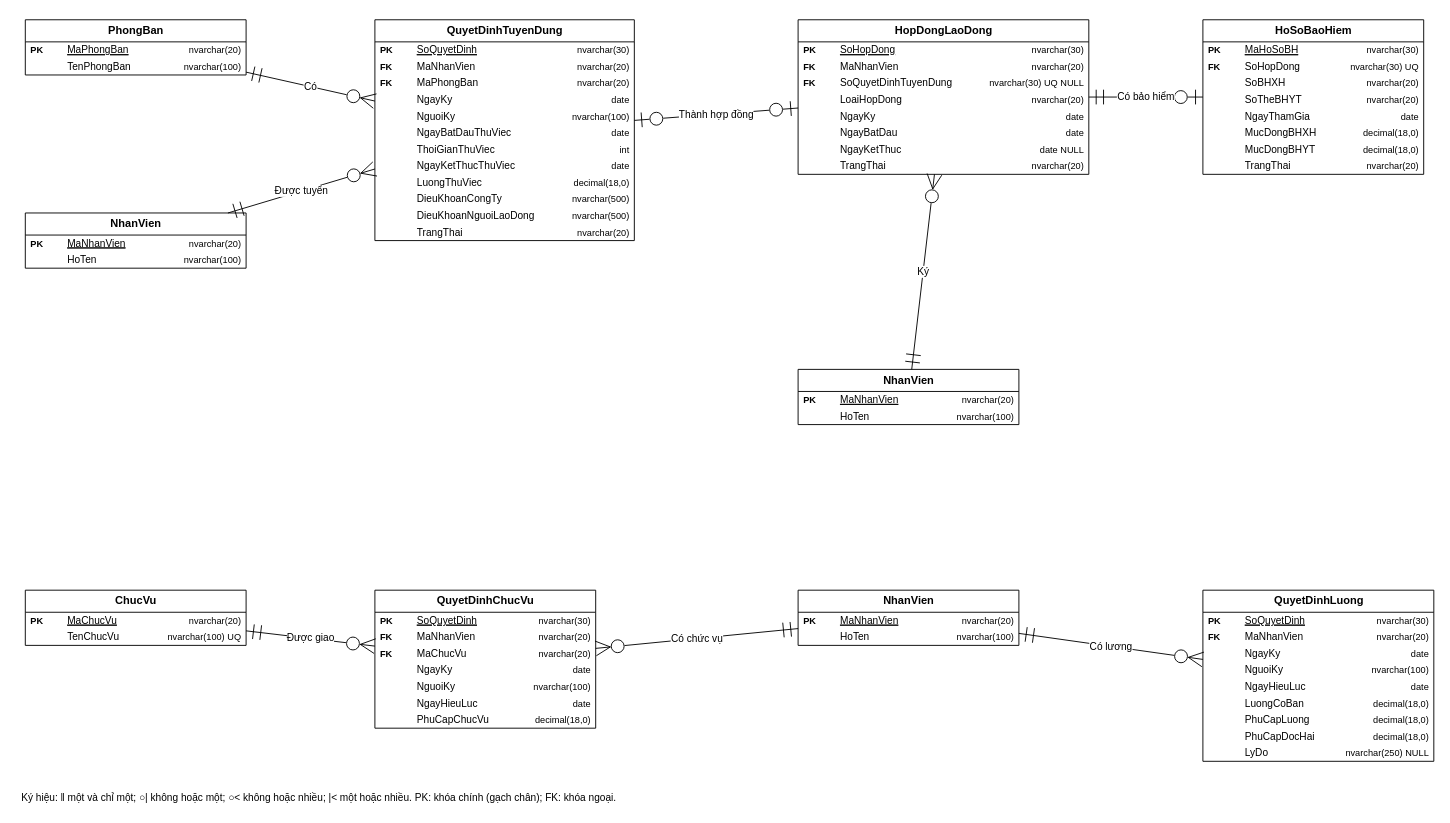
The draw.io diagram IMAGES/LAB7/20_Hinh_20_ERD_phan_1_nhan_su_tuyen_dung_hop_dong_bao_hiem_quyet_dinh_luong_chuc_vu.drawio in quynh26072005/LAB_OOSD, before the edit. Source tidied: cells renumbered, new cells numbered last; positions are measured from the earlier drawing's top-left corner, leaving out a move shared by most shapes. Both pictures are drawn from the tidied source at 92%, with x=0, y=0 at pixel (16, 19).
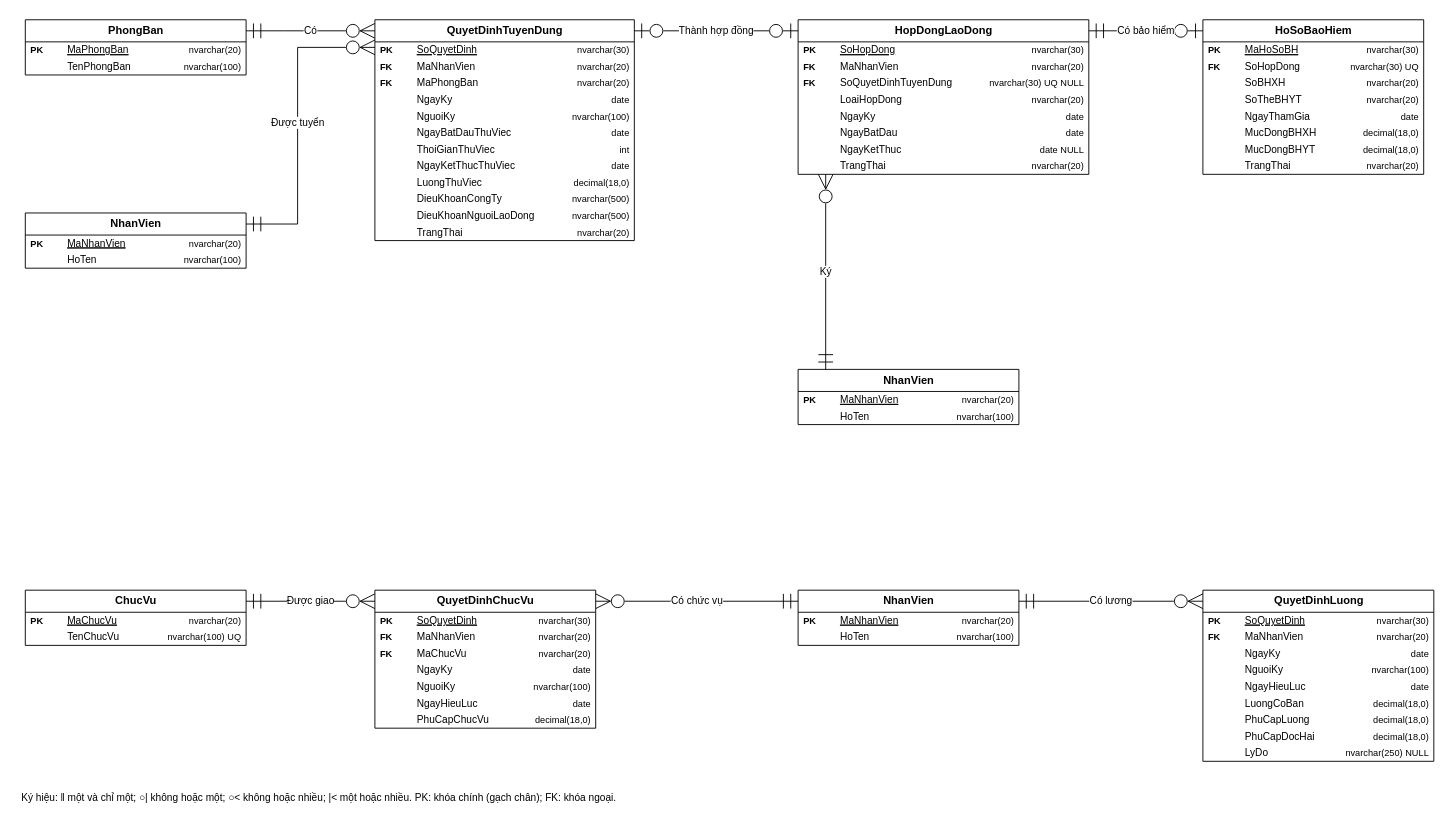
The same diagram, later.

Unchanged cells that the change refers to:
```xml
<mxCell id="2" value="&lt;b&gt;PhongBan&lt;/b&gt;" style="swimlane;fontStyle=1;horizontal=1;startSize=24;html=1;strokeColor=#000000;fillColor=#FFFFFF;fontColor=#000000;fontSize=12;" parent="1" vertex="1">
  <mxGeometry x="10" width="240" height="60" as="geometry" />
</mxCell>
<mxCell id="9" value="&lt;b&gt;NhanVien&lt;/b&gt;" style="swimlane;fontStyle=1;horizontal=1;startSize=24;html=1;strokeColor=#000000;fillColor=#FFFFFF;fontColor=#000000;fontSize=12;" parent="1" vertex="1">
  <mxGeometry x="10" y="210" width="240" height="60" as="geometry" />
</mxCell>
<mxCell id="16" value="&lt;b&gt;QuyetDinhTuyenDung&lt;/b&gt;" style="swimlane;fontStyle=1;horizontal=1;startSize=24;html=1;strokeColor=#000000;fillColor=#FFFFFF;fontColor=#000000;fontSize=12;" parent="1" vertex="1">
  <mxGeometry x="390" width="282" height="240" as="geometry" />
</mxCell>
<mxCell id="53" value="&lt;b&gt;HopDongLaoDong&lt;/b&gt;" style="swimlane;fontStyle=1;horizontal=1;startSize=24;html=1;strokeColor=#000000;fillColor=#FFFFFF;fontColor=#000000;fontSize=12;" parent="1" vertex="1">
  <mxGeometry x="850" width="316" height="168" as="geometry" />
</mxCell>
<mxCell id="78" value="&lt;b&gt;HoSoBaoHiem&lt;/b&gt;" style="swimlane;fontStyle=1;horizontal=1;startSize=24;html=1;strokeColor=#000000;fillColor=#FFFFFF;fontColor=#000000;fontSize=12;" parent="1" vertex="1">
  <mxGeometry x="1290" width="240" height="168" as="geometry" />
</mxCell>
<mxCell id="103" value="&lt;b&gt;NhanVien&lt;/b&gt;" style="swimlane;fontStyle=1;horizontal=1;startSize=24;html=1;strokeColor=#000000;fillColor=#FFFFFF;fontColor=#000000;fontSize=12;" parent="1" vertex="1">
  <mxGeometry x="850" y="380" width="240" height="60" as="geometry" />
</mxCell>
<mxCell id="110" value="&lt;b&gt;ChucVu&lt;/b&gt;" style="swimlane;fontStyle=1;horizontal=1;startSize=24;html=1;strokeColor=#000000;fillColor=#FFFFFF;fontColor=#000000;fontSize=12;" parent="1" vertex="1">
  <mxGeometry x="10" y="620" width="240" height="60" as="geometry" />
</mxCell>
<mxCell id="117" value="&lt;b&gt;QuyetDinhChucVu&lt;/b&gt;" style="swimlane;fontStyle=1;horizontal=1;startSize=24;html=1;strokeColor=#000000;fillColor=#FFFFFF;fontColor=#000000;fontSize=12;" parent="1" vertex="1">
  <mxGeometry x="390" y="620" width="240" height="150" as="geometry" />
</mxCell>
<mxCell id="139" value="&lt;b&gt;NhanVien&lt;/b&gt;" style="swimlane;fontStyle=1;horizontal=1;startSize=24;html=1;strokeColor=#000000;fillColor=#FFFFFF;fontColor=#000000;fontSize=12;" parent="1" vertex="1">
  <mxGeometry x="850" y="620" width="240" height="60" as="geometry" />
</mxCell>
<mxCell id="146" value="&lt;b&gt;QuyetDinhLuong&lt;/b&gt;" style="swimlane;fontStyle=1;horizontal=1;startSize=24;html=1;strokeColor=#000000;fillColor=#FFFFFF;fontColor=#000000;fontSize=12;" parent="1" vertex="1">
  <mxGeometry x="1290" y="620" width="251" height="186" as="geometry" />
</mxCell>
```

The edit, as a diff of the source:
```diff
@@
-    <mxCell id="174" value="Có" style="html=1;rounded=0;strokeColor=#000000;fontColor=#000000;fontSize=11;endArrow=ERzeroToMany;endFill=0;endSize=14;startArrow=ERmandOne;startFill=0;startSize=14;labelBackgroundColor=#FFFFFF;" parent="1" edge="1" source="2" target="16">
-      <mxGeometry relative="1" as="geometry" />
+    <mxCell id="174" value="Có" style="html=1;rounded=0;strokeColor=#000000;fontColor=#000000;fontSize=11;endArrow=ERzeroToMany;endFill=0;endSize=14;startArrow=ERmandOne;startFill=0;startSize=14;labelBackgroundColor=#FFFFFF;exitX=1.0000;exitY=0.2000;exitDx=0;exitDy=0;entryX=0.0000;entryY=0.0500;entryDx=0;entryDy=0;" parent="1" edge="1" source="2" target="16">
+      <mxGeometry relative="1" as="geometry">
+        <Array as="points">
+          <mxPoint x="292" y="12" />
+          <mxPoint x="292" y="12" />
+        </Array>
+      </mxGeometry>
     </mxCell>
-    <mxCell id="175" value="Được tuyển" style="html=1;rounded=0;strokeColor=#000000;fontColor=#000000;fontSize=11;endArrow=ERzeroToMany;endFill=0;endSize=14;startArrow=ERmandOne;startFill=0;startSize=14;labelBackgroundColor=#FFFFFF;" parent="1" edge="1" source="9" target="16">
-      <mxGeometry relative="1" as="geometry" />
+    <mxCell id="175" value="Được tuyển" style="html=1;rounded=0;strokeColor=#000000;fontColor=#000000;fontSize=11;endArrow=ERzeroToMany;endFill=0;endSize=14;startArrow=ERmandOne;startFill=0;startSize=14;labelBackgroundColor=#FFFFFF;exitX=1.0000;exitY=0.2000;exitDx=0;exitDy=0;entryX=0.0000;entryY=0.1250;entryDx=0;entryDy=0;" parent="1" edge="1" source="9" target="16">
+      <mxGeometry relative="1" as="geometry">
+        <Array as="points">
+          <mxPoint x="306" y="222" />
+          <mxPoint x="306" y="30" />
+        </Array>
+      </mxGeometry>
     </mxCell>
-    <mxCell id="176" value="Thành hợp đồng" style="html=1;rounded=0;strokeColor=#000000;fontColor=#000000;fontSize=11;endArrow=ERzeroToOne;endFill=0;endSize=14;startArrow=ERzeroToOne;startFill=0;startSize=14;labelBackgroundColor=#FFFFFF;" parent="1" edge="1" source="16" target="53">
-      <mxGeometry relative="1" as="geometry" />
+    <mxCell id="176" value="Thành hợp đồng" style="html=1;rounded=0;strokeColor=#000000;fontColor=#000000;fontSize=11;endArrow=ERzeroToOne;endFill=0;endSize=14;startArrow=ERzeroToOne;startFill=0;startSize=14;labelBackgroundColor=#FFFFFF;exitX=1.0000;exitY=0.0500;exitDx=0;exitDy=0;entryX=0.0000;entryY=0.0714;entryDx=0;entryDy=0;" parent="1" edge="1" source="16" target="53">
+      <mxGeometry relative="1" as="geometry">
+        <Array as="points">
+          <mxPoint x="733" y="12" />
+          <mxPoint x="733" y="12" />
+        </Array>
+      </mxGeometry>
     </mxCell>
-    <mxCell id="177" value="Ký" style="html=1;rounded=0;strokeColor=#000000;fontColor=#000000;fontSize=11;endArrow=ERzeroToMany;endFill=0;endSize=14;startArrow=ERmandOne;startFill=0;startSize=14;labelBackgroundColor=#FFFFFF;" parent="1" edge="1" source="103" target="53">
+    <mxCell id="177" value="Ký" style="html=1;rounded=0;strokeColor=#000000;fontColor=#000000;fontSize=11;endArrow=ERzeroToMany;endFill=0;endSize=14;startArrow=ERmandOne;startFill=0;startSize=14;labelBackgroundColor=#FFFFFF;exitX=0.1250;exitY=0.0000;exitDx=0;exitDy=0;entryX=0.0949;entryY=1.0000;entryDx=0;entryDy=0;" parent="1" edge="1" source="103" target="53">
       <mxGeometry relative="1" as="geometry" />
     </mxCell>
-    <mxCell id="178" value="Có bảo hiểm" style="html=1;rounded=0;strokeColor=#000000;fontColor=#000000;fontSize=11;endArrow=ERzeroToOne;endFill=0;endSize=14;startArrow=ERmandOne;startFill=0;startSize=14;labelBackgroundColor=#FFFFFF;" parent="1" edge="1" source="53" target="78">
-      <mxGeometry relative="1" as="geometry" />
+    <mxCell id="178" value="Có bảo hiểm" style="html=1;rounded=0;strokeColor=#000000;fontColor=#000000;fontSize=11;endArrow=ERzeroToOne;endFill=0;endSize=14;startArrow=ERmandOne;startFill=0;startSize=14;labelBackgroundColor=#FFFFFF;exitX=1.0000;exitY=0.0714;exitDx=0;exitDy=0;entryX=0.0000;entryY=0.0714;entryDx=0;entryDy=0;" parent="1" edge="1" source="53" target="78">
+      <mxGeometry relative="1" as="geometry">
+        <Array as="points">
+          <mxPoint x="1200" y="12" />
+          <mxPoint x="1200" y="12" />
+        </Array>
+      </mxGeometry>
     </mxCell>
-    <mxCell id="179" value="Được giao" style="html=1;rounded=0;strokeColor=#000000;fontColor=#000000;fontSize=11;endArrow=ERzeroToMany;endFill=0;endSize=14;startArrow=ERmandOne;startFill=0;startSize=14;labelBackgroundColor=#FFFFFF;" parent="1" edge="1" source="110" target="117">
-      <mxGeometry relative="1" as="geometry" />
+    <mxCell id="179" value="Được giao" style="html=1;rounded=0;strokeColor=#000000;fontColor=#000000;fontSize=11;endArrow=ERzeroToMany;endFill=0;endSize=14;startArrow=ERmandOne;startFill=0;startSize=14;labelBackgroundColor=#FFFFFF;exitX=1.0000;exitY=0.2000;exitDx=0;exitDy=0;entryX=0.0000;entryY=0.0800;entryDx=0;entryDy=0;" parent="1" edge="1" source="110" target="117">
+      <mxGeometry relative="1" as="geometry">
+        <Array as="points">
+          <mxPoint x="320" y="632" />
+          <mxPoint x="320" y="632" />
+        </Array>
+      </mxGeometry>
     </mxCell>
-    <mxCell id="180" value="Có chức vụ" style="html=1;rounded=0;strokeColor=#000000;fontColor=#000000;fontSize=11;endArrow=ERzeroToMany;endFill=0;endSize=14;startArrow=ERmandOne;startFill=0;startSize=14;labelBackgroundColor=#FFFFFF;" parent="1" edge="1" source="139" target="117">
-      <mxGeometry relative="1" as="geometry" />
+    <mxCell id="180" value="Có chức vụ" style="html=1;rounded=0;strokeColor=#000000;fontColor=#000000;fontSize=11;endArrow=ERzeroToMany;endFill=0;endSize=14;startArrow=ERmandOne;startFill=0;startSize=14;labelBackgroundColor=#FFFFFF;exitX=0.0000;exitY=0.2000;exitDx=0;exitDy=0;entryX=1.0000;entryY=0.0800;entryDx=0;entryDy=0;" parent="1" edge="1" source="139" target="117">
+      <mxGeometry relative="1" as="geometry">
+        <Array as="points">
+          <mxPoint x="712" y="632" />
+          <mxPoint x="712" y="632" />
+        </Array>
+      </mxGeometry>
     </mxCell>
-    <mxCell id="181" value="Có lương" style="html=1;rounded=0;strokeColor=#000000;fontColor=#000000;fontSize=11;endArrow=ERzeroToMany;endFill=0;endSize=14;startArrow=ERmandOne;startFill=0;startSize=14;labelBackgroundColor=#FFFFFF;" parent="1" edge="1" source="139" target="146">
-      <mxGeometry relative="1" as="geometry" />
+    <mxCell id="181" value="Có lương" style="html=1;rounded=0;strokeColor=#000000;fontColor=#000000;fontSize=11;endArrow=ERzeroToMany;endFill=0;endSize=14;startArrow=ERmandOne;startFill=0;startSize=14;labelBackgroundColor=#FFFFFF;exitX=1.0000;exitY=0.2000;exitDx=0;exitDy=0;entryX=0.0000;entryY=0.0645;entryDx=0;entryDy=0;" parent="1" edge="1" source="139" target="146">
+      <mxGeometry relative="1" as="geometry">
+        <Array as="points">
+          <mxPoint x="1162" y="632" />
+          <mxPoint x="1162" y="632" />
+        </Array>
+      </mxGeometry>
     </mxCell>
```
